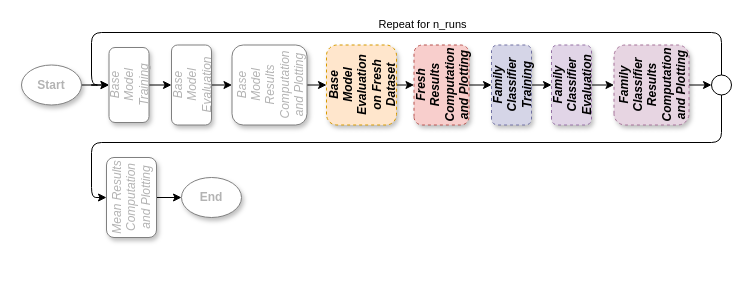
cmikke97/Thesis keeps this draw.io diagram as page "workflow_fresh_dataset" (3 of 17) of Thesis/images/workflow.drawio. Above is the earlier version. Source tidied: cells renumbered, new cells numbered last; positions are measured from the earlier drawing's top-left corner, leaving out a move shared by most shapes. Both pictures are drawn from the tidied source at 100%, with x=0, y=0 at pixel (21, 32).
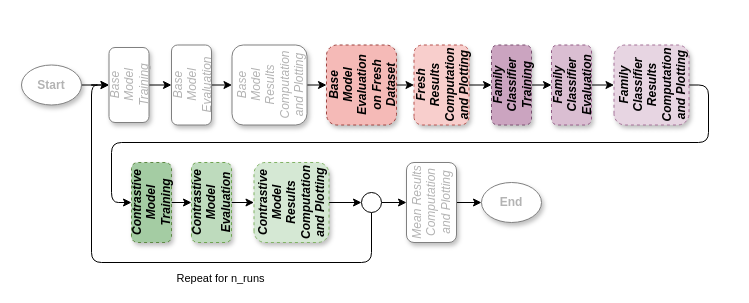
After the change.

The change refers to these unchanged cells:
```xml
<mxCell id="26" value="Family&lt;br&gt;Classifier&lt;br&gt;Results&lt;br&gt;Computation&lt;br&gt;and Plotting" style="rounded=1;whiteSpace=wrap;html=1;shadow=1;sketch=0;fontStyle=3;fillColor=#e7d5e2;strokeColor=#a57399;dashed=1;rotation=-90;" parent="1" vertex="1">
  <mxGeometry x="590" y="15" width="80" height="75" as="geometry" />
</mxCell>
```

Diff of the diagram source:
```diff
@@
-    <mxCell id="3" value="Start" style="ellipse;whiteSpace=wrap;html=1;shadow=1;fontStyle=1;fontColor=#B3B3B3;fillColor=#FFFFFF;strokeColor=#808080;" parent="1" vertex="1">
+    <mxCell id="3" value="Start" style="ellipse;whiteSpace=wrap;html=1;shadow=1;fontStyle=1;fillColor=#FFFFFF;strokeColor=#808080;fontColor=#B3B3B3;" parent="1" vertex="1">
       <mxGeometry y="32.5" width="60" height="40" as="geometry" />
     </mxCell>
-    <mxCell id="4" style="edgeStyle=orthogonalEdgeStyle;rounded=1;jettySize=auto;html=1;exitX=0.5;exitY=1;exitDx=0;exitDy=0;entryX=0.5;entryY=0;entryDx=0;entryDy=0;" parent="1" edge="1" source="5" target="20">
-      <mxGeometry relative="1" as="geometry">
-        <Array as="points">
-          <mxPoint x="700" y="110" />
-          <mxPoint x="70" y="110" />
-          <mxPoint x="70" y="165" />
-        </Array>
-      </mxGeometry>
-    </mxCell>
-    <mxCell id="5" style="ellipse;whiteSpace=wrap;html=1;labelPosition=right;verticalLabelPosition=middle;align=left;verticalAlign=middle;" parent="1" vertex="1">
-      <mxGeometry x="690" y="42.5" width="20" height="20" as="geometry" />
-    </mxCell>
-    <mxCell id="6" style="endArrow=classic;html=1;rounded=1;edgeStyle=orthogonalEdgeStyle;labelPosition=center;verticalLabelPosition=top;align=center;verticalAlign=bottom;entryX=0.5;entryY=0;entryDx=0;entryDy=0;exitX=0.5;exitY=0;exitDx=0;exitDy=0;" parent="1" edge="1" source="5" target="10">
-      <mxGeometry relative="1" as="geometry">
-        <Array as="points">
-          <mxPoint x="700" />
-          <mxPoint x="70" />
-          <mxPoint x="70" y="52" />
-        </Array>
-      </mxGeometry>
-    </mxCell>
-    <mxCell id="7" value="Repeat for n_runs" style="edgeLabel;html=1;align=center;verticalAlign=bottom;labelBackgroundColor=none;labelPosition=center;verticalLabelPosition=top;" parent="6" vertex="1">
-      <mxGeometry x="-0.08" y="1" relative="1" as="geometry">
-        <mxPoint y="-1" as="offset" />
-      </mxGeometry>
-    </mxCell>
-    <mxCell id="8" value="End" style="ellipse;whiteSpace=wrap;html=1;shadow=1;fontStyle=1;fontColor=#B3B3B3;fillColor=#FFFFFF;strokeColor=#808080;" parent="1" vertex="1">
-      <mxGeometry x="160" y="145" width="60" height="40" as="geometry" />
+    <mxCell id="8" value="End" style="ellipse;whiteSpace=wrap;html=1;shadow=1;fontStyle=1;fillColor=#FFFFFF;strokeColor=#808080;fontColor=#B3B3B3;" parent="1" vertex="1">
+      <mxGeometry x="460" y="150" width="60" height="40" as="geometry" />
     </mxCell>
@@
-    <mxCell id="10" value="Base&lt;br&gt;Model&lt;br&gt;Training" style="rounded=1;whiteSpace=wrap;html=1;shadow=1;sketch=0;fontStyle=2;rotation=-90;fontColor=#B3B3B3;fillColor=#FFFFFF;strokeColor=#808080;" parent="1" vertex="1">
+    <mxCell id="10" value="Base&lt;br&gt;Model&lt;br&gt;Training" style="rounded=1;whiteSpace=wrap;html=1;shadow=1;sketch=0;fontStyle=2;rotation=-90;fillColor=#FFFFFF;strokeColor=#808080;fontColor=#B3B3B3;" parent="1" vertex="1">
       <mxGeometry x="70" y="32.5" width="75" height="40" as="geometry" />
     </mxCell>
@@
-    <mxCell id="12" value="Base&lt;br&gt;Model&lt;br&gt;Evaluation" style="rounded=1;whiteSpace=wrap;html=1;shadow=1;sketch=0;fontStyle=2;rotation=-90;fontColor=#B3B3B3;fillColor=#FFFFFF;strokeColor=#808080;" parent="1" vertex="1">
+    <mxCell id="12" value="Base&lt;br&gt;Model&lt;br&gt;Evaluation" style="rounded=1;whiteSpace=wrap;html=1;shadow=1;sketch=0;fontStyle=2;rotation=-90;fillColor=#FFFFFF;strokeColor=#808080;fontColor=#B3B3B3;" parent="1" vertex="1">
       <mxGeometry x="130" y="32.5" width="80" height="40" as="geometry" />
     </mxCell>
@@
-    <mxCell id="14" value="Base&lt;br&gt;Model&lt;br&gt;Results&lt;br&gt;Computation&lt;br&gt;and Plotting" style="rounded=1;whiteSpace=wrap;html=1;shadow=1;sketch=0;fontStyle=2;rotation=-90;fontColor=#B3B3B3;fillColor=#FFFFFF;strokeColor=#808080;" parent="1" vertex="1">
+    <mxCell id="14" value="Base&lt;br&gt;Model&lt;br&gt;Results&lt;br&gt;Computation&lt;br&gt;and Plotting" style="rounded=1;whiteSpace=wrap;html=1;shadow=1;sketch=0;fontStyle=2;rotation=-90;fillColor=#FFFFFF;strokeColor=#808080;fontColor=#B3B3B3;" parent="1" vertex="1">
       <mxGeometry x="208" y="15" width="80" height="75" as="geometry" />
     </mxCell>
@@
-    <mxCell id="16" value="Base&lt;br&gt;Model&lt;br&gt;Evaluation&lt;br&gt;on Fresh&lt;br&gt;Dataset" style="rounded=1;whiteSpace=wrap;html=1;shadow=1;sketch=0;fillColor=#ffe6cc;strokeColor=#d79b00;fontStyle=3;dashed=1;rotation=-90;" parent="1" vertex="1">
+    <mxCell id="16" value="Base&lt;br&gt;Model&lt;br&gt;Evaluation&lt;br&gt;on Fresh&lt;br&gt;Dataset" style="rounded=1;whiteSpace=wrap;html=1;shadow=1;sketch=0;fontStyle=3;dashed=1;rotation=-90;fillColor=#F5BAB7;strokeColor=#9F4441;" parent="1" vertex="1">
       <mxGeometry x="300" y="17.5" width="80" height="70" as="geometry" />
     </mxCell>
@@
-    <mxCell id="20" value="Mean Results&lt;br&gt;Computation&lt;br&gt;and Plotting" style="rounded=1;whiteSpace=wrap;html=1;shadow=1;sketch=0;fontStyle=2;rotation=-90;fontColor=#B3B3B3;fillColor=#FFFFFF;strokeColor=#808080;" parent="1" vertex="1">
-      <mxGeometry x="70" y="140" width="80" height="50" as="geometry" />
+    <mxCell id="20" value="Mean Results&lt;br&gt;Computation&lt;br&gt;and Plotting" style="rounded=1;whiteSpace=wrap;html=1;shadow=1;sketch=0;fontStyle=2;rotation=-90;fillColor=#FFFFFF;strokeColor=#808080;fontColor=#B3B3B3;" parent="1" vertex="1">
+      <mxGeometry x="370" y="145" width="80" height="50" as="geometry" />
     </mxCell>
@@
-    <mxCell id="22" value="Family&lt;br&gt;Classifier&lt;br&gt;Training" style="rounded=1;whiteSpace=wrap;html=1;shadow=1;sketch=0;fontStyle=3;fillColor=#d5d5e7;strokeColor=#7373a5;dashed=1;rotation=-90;" parent="1" vertex="1">
+    <mxCell id="22" value="Family&lt;br&gt;Classifier&lt;br&gt;Training" style="rounded=1;whiteSpace=wrap;html=1;shadow=1;sketch=0;fontStyle=3;dashed=1;rotation=-90;fillColor=#CBA4C0;strokeColor=#7C5073;" parent="1" vertex="1">
       <mxGeometry x="450" y="32.5" width="80" height="40" as="geometry" />
     </mxCell>
@@
-    <mxCell id="24" value="Family&lt;br&gt;Classifier&lt;br&gt;Evaluation" style="rounded=1;whiteSpace=wrap;html=1;shadow=1;sketch=0;fillColor=#e1d5e7;strokeColor=#9673a6;fontStyle=3;dashed=1;rotation=-90;" parent="1" vertex="1">
+    <mxCell id="24" value="Family&lt;br&gt;Classifier&lt;br&gt;Evaluation" style="rounded=1;whiteSpace=wrap;html=1;shadow=1;sketch=0;fontStyle=3;dashed=1;rotation=-90;fillColor=#DABED2;strokeColor=#955F89;" parent="1" vertex="1">
       <mxGeometry x="510" y="32.5" width="80" height="40" as="geometry" />
     </mxCell>
-    <mxCell id="25" style="edgeStyle=orthogonalEdgeStyle;rounded=1;jettySize=auto;html=1;exitX=0.5;exitY=1;exitDx=0;exitDy=0;entryX=0;entryY=0.5;entryDx=0;entryDy=0;" parent="1" edge="1" source="26" target="5">
-      <mxGeometry relative="1" as="geometry" />
-    </mxCell>
+    <mxCell id="27" style="edgeStyle=orthogonalEdgeStyle;rounded=1;jettySize=auto;html=1;exitX=0.5;exitY=1;exitDx=0;exitDy=0;entryX=0.5;entryY=0;entryDx=0;entryDy=0;" parent="1" edge="1" source="26" target="29">
+      <mxGeometry relative="1" as="geometry">
+        <Array as="points">
+          <mxPoint x="687" y="52" />
+          <mxPoint x="687" y="110" />
+          <mxPoint x="90" y="110" />
+          <mxPoint x="90" y="170" />
+        </Array>
+      </mxGeometry>
+    </mxCell>
@@
+    <mxCell id="28" style="edgeStyle=orthogonalEdgeStyle;rounded=0;jettySize=auto;html=1;exitX=0.5;exitY=1;exitDx=0;exitDy=0;entryX=0.5;entryY=0;entryDx=0;entryDy=0;" parent="1" edge="1" source="29" target="31">
+      <mxGeometry relative="1" as="geometry" />
+    </mxCell>
+    <mxCell id="29" value="Contrastive&lt;br&gt;Model&lt;br&gt;Training" style="rounded=1;whiteSpace=wrap;html=1;shadow=1;sketch=0;fontStyle=3;dashed=1;rotation=-90;fillColor=#A4CCA3;strokeColor=#5D8943;" parent="1" vertex="1">
+      <mxGeometry x="90" y="150" width="80" height="40" as="geometry" />
+    </mxCell>
+    <mxCell id="30" style="edgeStyle=orthogonalEdgeStyle;rounded=0;jettySize=auto;html=1;exitX=0.5;exitY=1;exitDx=0;exitDy=0;entryX=0.5;entryY=0;entryDx=0;entryDy=0;" parent="1" edge="1" source="31" target="33">
+      <mxGeometry relative="1" as="geometry" />
+    </mxCell>
+    <mxCell id="31" value="Contrastive&lt;br&gt;Model&lt;br&gt;Evaluation" style="rounded=1;whiteSpace=wrap;html=1;shadow=1;sketch=0;fontStyle=3;dashed=1;rotation=-90;fillColor=#BEDBBD;strokeColor=#6FA451;" parent="1" vertex="1">
+      <mxGeometry x="150" y="150" width="80" height="40" as="geometry" />
+    </mxCell>
+    <mxCell id="32" style="edgeStyle=orthogonalEdgeStyle;rounded=0;jettySize=auto;html=1;exitX=0.5;exitY=1;exitDx=0;exitDy=0;entryX=0;entryY=0.5;entryDx=0;entryDy=0;" parent="1" edge="1" source="33" target="36">
+      <mxGeometry relative="1" as="geometry" />
+    </mxCell>
+    <mxCell id="33" value="Contrastive&lt;br&gt;Model&lt;br&gt;Results&lt;br&gt;Computation&lt;br&gt;and Plotting" style="rounded=1;whiteSpace=wrap;html=1;shadow=1;sketch=0;fontStyle=3;fillColor=#d5e8d4;strokeColor=#82b366;dashed=1;rotation=-90;" parent="1" vertex="1">
+      <mxGeometry x="230" y="132.5" width="80" height="75" as="geometry" />
+    </mxCell>
+    <mxCell id="34" style="edgeStyle=orthogonalEdgeStyle;rounded=0;jettySize=auto;html=1;exitX=1;exitY=0.5;exitDx=0;exitDy=0;entryX=0.5;entryY=0;entryDx=0;entryDy=0;" parent="1" edge="1" source="36" target="20">
+      <mxGeometry relative="1" as="geometry" />
+    </mxCell>
+    <mxCell id="35" style="edgeStyle=orthogonalEdgeStyle;rounded=1;jettySize=auto;html=1;exitX=0.5;exitY=1;exitDx=0;exitDy=0;entryX=0.5;entryY=0;entryDx=0;entryDy=0;" parent="1" edge="1" source="36" target="10">
+      <mxGeometry relative="1" as="geometry">
+        <Array as="points">
+          <mxPoint x="350" y="230" />
+          <mxPoint x="70" y="230" />
+          <mxPoint x="70" y="52" />
+        </Array>
+      </mxGeometry>
+    </mxCell>
+    <mxCell id="7" value="Repeat for n_runs" style="edgeLabel;html=1;align=center;verticalAlign=top;labelPosition=center;verticalLabelPosition=bottom;labelBackgroundColor=none;" parent="35" vertex="1">
+      <mxGeometry x="-0.23" y="3" relative="1" as="geometry" />
+    </mxCell>
+    <mxCell id="36" style="ellipse;whiteSpace=wrap;html=1;" parent="1" vertex="1">
+      <mxGeometry x="340" y="160" width="20" height="20" as="geometry" />
+    </mxCell>
```
